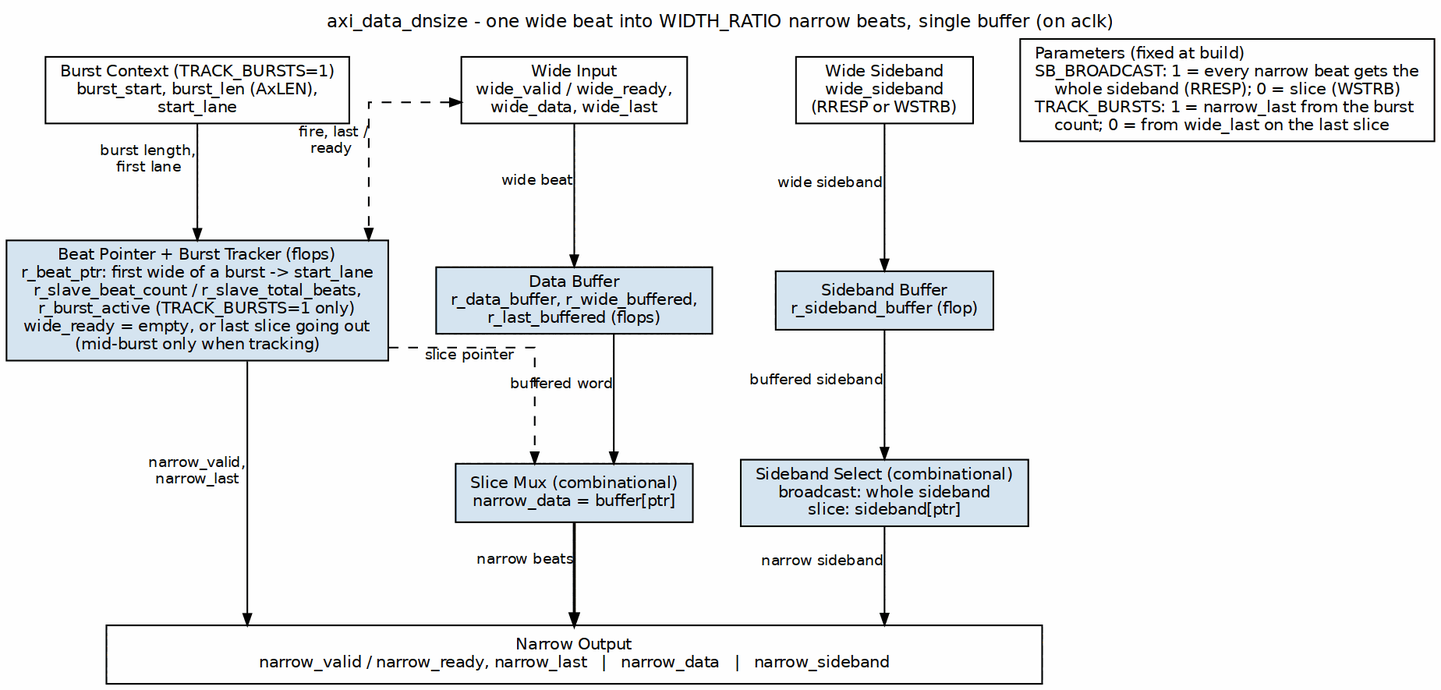
Above: projects/components/utility-ip/converters/docs/converter_mas/assets/graphviz/axi_data_dnsize.png in sean-galloway/RTLDesignSherpa (Graphviz), before the change. Its source is kept beside it as projects/components/utility-ip/converters/docs/converter_mas/assets/graphviz/axi_data_dnsize.dot.
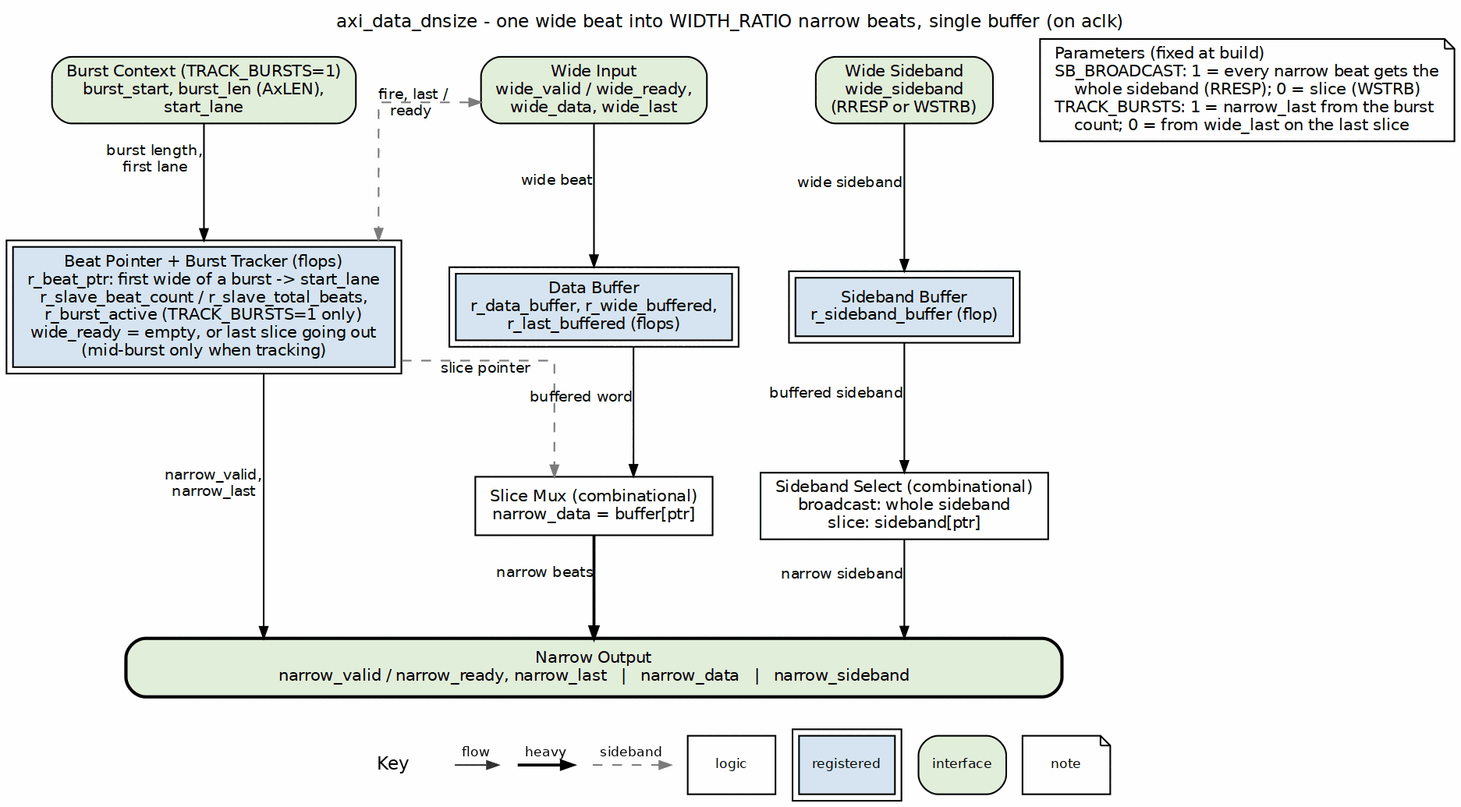
After the change.

Change to the diagram source:
```diff
@@ -3,23 +3,23 @@
            nodesep="0.40", ranksep="0.85", splines=ortho, newrank=true,
            labelloc=t, labeljust=c];
     node  [fontname="Helvetica", fontsize=10, shape=box, style=filled,
-           fillcolor="#D6E4F0", color="black", margin="0.12,0.06"];
+           fillcolor="white", color="black", margin="0.12,0.06"];
     edge  [fontname="Helvetica", fontsize=9, color="black", arrowsize=0.7];
     label="axi_data_dnsize - one wide beat into WIDTH_RATIO narrow beats, single buffer (on aclk)";
 
-    burst [label="Burst Context (TRACK_BURSTS=1)\nburst_start, burst_len (AxLEN),\nstart_lane", fillcolor="white", group=L];
-    win   [label="Wide Input\nwide_valid / wide_ready,\nwide_data, wide_last", fillcolor="white", group=C];
-    sbin  [label="Wide Sideband\nwide_sideband\n(RRESP or WSTRB)", fillcolor="white", group=R];
-    leg   [label="Parameters (fixed at build)\lSB_BROADCAST: 1 = every narrow beat gets the\l    whole sideband (RRESP); 0 = slice (WSTRB)\lTRACK_BURSTS: 1 = narrow_last from the burst\l    count; 0 = from wide_last on the last slice\l", fillcolor="white", group=X];
+    burst [label="Burst Context (TRACK_BURSTS=1)\nburst_start, burst_len (AxLEN),\nstart_lane", fillcolor="white", group=L, style="rounded,filled", fillcolor="#E2EFDA"];
+    win   [label="Wide Input\nwide_valid / wide_ready,\nwide_data, wide_last", fillcolor="white", group=C, style="rounded,filled", fillcolor="#E2EFDA"];
+    sbin  [label="Wide Sideband\nwide_sideband\n(RRESP or WSTRB)", fillcolor="white", group=R, style="rounded,filled", fillcolor="#E2EFDA"];
+    leg   [label="Parameters (fixed at build)\lSB_BROADCAST: 1 = every narrow beat gets the\l    whole sideband (RRESP); 0 = slice (WSTRB)\lTRACK_BURSTS: 1 = narrow_last from the burst\l    count; 0 = from wide_last on the last slice\l", fillcolor="white", group=X, shape=note];
 
-    ctl   [label="Beat Pointer + Burst Tracker (flops)\nr_beat_ptr: first wide of a burst -> start_lane\nr_slave_beat_count / r_slave_total_beats,\nr_burst_active (TRACK_BURSTS=1 only)\nwide_ready = empty, or last slice going out\n(mid-burst only when tracking)", group=L];
-    dbuf  [label="Data Buffer\nr_data_buffer, r_wide_buffered,\nr_last_buffered (flops)", group=C];
-    sbuf  [label="Sideband Buffer\nr_sideband_buffer (flop)", group=R];
-    dmux  [label="Slice Mux (combinational)\nnarrow_data = buffer[ptr]", group=C];
-    smux  [label="Sideband Select (combinational)\nbroadcast: whole sideband\nslice: sideband[ptr]", group=R];
+    ctl   [label="Beat Pointer + Burst Tracker (flops)\nr_beat_ptr: first wide of a burst -> start_lane\nr_slave_beat_count / r_slave_total_beats,\nr_burst_active (TRACK_BURSTS=1 only)\nwide_ready = empty, or last slice going out\n(mid-burst only when tracking)", group=L, peripheries=2, style="filled", fillcolor="#D6E4F0"];
+    dbuf  [label="Data Buffer\nr_data_buffer, r_wide_buffered,\nr_last_buffered (flops)", group=C, peripheries=2, style="filled", fillcolor="#D6E4F0"];
+    sbuf  [label="Sideband Buffer\nr_sideband_buffer (flop)", group=R, peripheries=2, style="filled", fillcolor="#D6E4F0"];
+    dmux  [label="Slice Mux (combinational)\nnarrow_data = buffer[ptr]", group=C, style="filled", fillcolor="white"];
+    smux  [label="Sideband Select (combinational)\nbroadcast: whole sideband\nslice: sideband[ptr]", group=R, style="filled", fillcolor="white"];
 
     bar   [label="Narrow Output\nnarrow_valid / narrow_ready, narrow_last   |   narrow_data   |   narrow_sideband",
-           fillcolor="white", width=8.0];
+           fillcolor="white", width=8.0, style="rounded,filled,bold", fillcolor="#E2EFDA"];
 
     win   -> dbuf [xlabel="wide beat"];
     sbin  -> sbuf [xlabel="wide sideband"];
@@ -29,8 +29,8 @@
     smux  -> bar  [xlabel="narrow sideband"];
 
     burst -> ctl  [xlabel="burst length,\nfirst lane"];
-    win   -> ctl  [style=dashed, dir=both, xlabel="fire, last /\nready "];
-    ctl   -> dmux [style=dashed, xlabel="slice pointer"];
+    win   -> ctl  [style=dashed, color="#777777", dir=both, xlabel="fire, last /\nready "];
+    ctl   -> dmux [style=dashed, color="#777777", xlabel="slice pointer"];
     ctl   -> bar  [xlabel="narrow_valid,\nnarrow_last"];
 
     { rank=same; burst; win; sbin; leg; }
```
